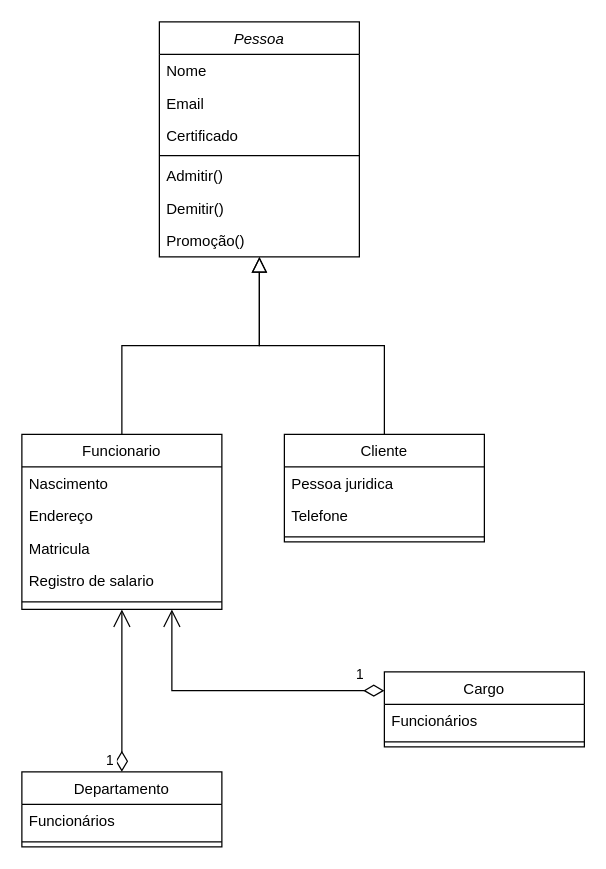
Above: Sprint1.drawio in LDLPiao/tp_poo (draw.io), before the change. Source tidied: cells renumbered, new cells numbered last; positions are measured from the earlier drawing's top-left corner, leaving out a move shared by most shapes. Both pictures are drawn from the tidied source at 125%, with x=0, y=0 at pixel (21, 21).
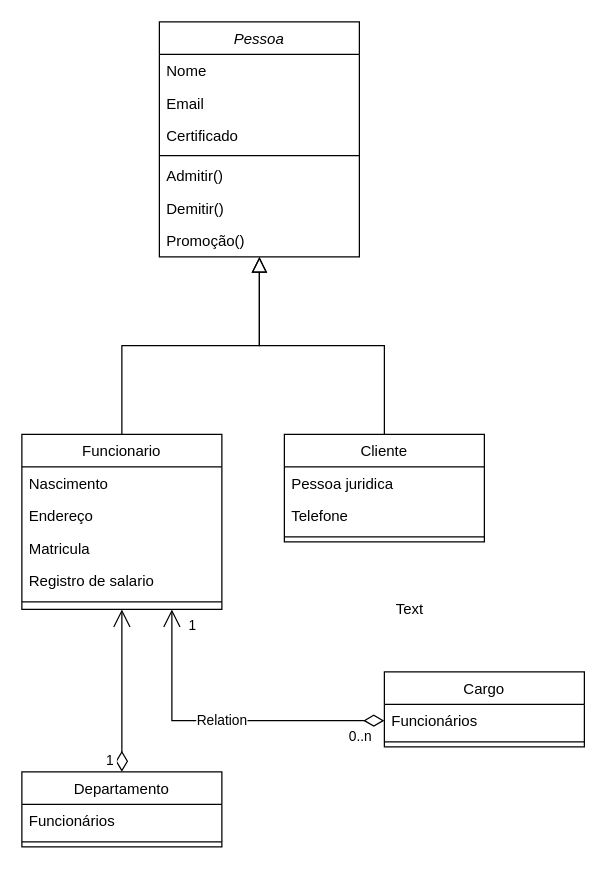
Above is the later version.

The change refers to these unchanged cells:
```xml
<mxCell id="10" value="Funcionario" style="swimlane;fontStyle=0;align=center;verticalAlign=top;horizontal=1;startSize=26;rounded=0;shadow=0;strokeWidth=1;" parent="1" vertex="1">
  <mxGeometry y="330" width="160" height="140" as="geometry" />
</mxCell>
<mxCell id="26" value="Cargo" style="swimlane;fontStyle=0;align=center;verticalAlign=top;horizontal=1;startSize=26;rounded=0;shadow=0;strokeWidth=1;" parent="1" vertex="1">
  <mxGeometry x="290" y="520" width="160" height="60" as="geometry" />
</mxCell>
<mxCell id="27" value="Funcionários" style="text;align=left;verticalAlign=top;spacingLeft=4;spacingRight=4;overflow=hidden;points=[[0,0.5],[1,0.5]];portConstraint=eastwest;" parent="26" vertex="1">
  <mxGeometry y="26" width="160" height="26" as="geometry" />
</mxCell>
```

Change to the diagram source:
```diff
@@
+    <mxCell id="30" value="Text" style="text;html=1;align=center;verticalAlign=middle;fillColor=none;strokeColor=none;rounded=0;" parent="1" vertex="1">
+      <mxGeometry x="290" y="460" width="40" height="20" as="geometry" />
+    </mxCell>
+    <mxCell id="31" value="Relation" style="endArrow=open;html=1;endSize=12;startArrow=diamondThin;startSize=14;startFill=0;edgeStyle=orthogonalEdgeStyle;rounded=0;exitX=0;exitY=0.5;exitDx=0;exitDy=0;entryX=0.75;entryY=1;entryDx=0;entryDy=0;" parent="1" edge="1" source="27" target="10">
+      <mxGeometry relative="1" as="geometry" />
+    </mxCell>
+    <mxCell id="32" value="0..n" style="edgeLabel;html=1;align=left;verticalAlign=top;" parent="31" vertex="1">
+      <mxGeometry x="-1" relative="1" as="geometry">
+        <mxPoint x="-30" as="offset" />
+      </mxGeometry>
+    </mxCell>
-    <mxCell id="29" value="1" style="endArrow=open;endSize=12;startArrow=diamondThin;startSize=14;startFill=0;edgeStyle=orthogonalEdgeStyle;align=right;verticalAlign=top;rounded=0;sourcePerimeterSpacing=0;targetPerimeterSpacing=0;jumpSize=15;entryX=0.75;entryY=1;entryDx=0;entryDy=0;exitX=0;exitY=0.25;exitDx=0;exitDy=0;labelPosition=left;verticalLabelPosition=top;spacing=5;spacingTop=-4;" parent="1" edge="1" source="26" target="10">
-      <mxGeometry x="-0.91" y="-25" relative="1" as="geometry">
-        <Array as="points">
-          <mxPoint x="120" y="535" />
-        </Array>
+    <mxCell id="29" value="1" style="edgeLabel;html=1;align=right;verticalAlign=top;" parent="31" vertex="1">
+      <mxGeometry x="1" relative="1" as="geometry">
+        <mxPoint x="20" as="offset" />
       </mxGeometry>
     </mxCell>
```
